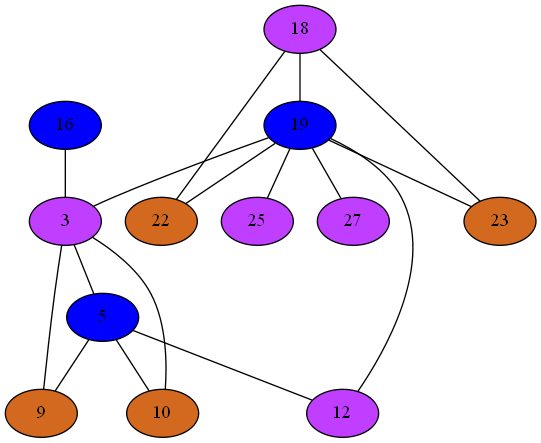
mbajaj92/Project-Astoria keeps this Graphviz diagram as Compiler/7iGraph.png. Above is the earlier version. Its source is kept beside it as Compiler/7iGraph.dot. The source it was exported from:
```dot
strict graph {
16[label="16" style=filled fillcolor="blue1"];
16 -- 3
18[label="18" style=filled fillcolor="darkorchid1"];
18 -- 19
18 -- 22
18 -- 23
19[label="19" style=filled fillcolor="blue1"];
19 -- 18
19 -- 3
19 -- 22
19 -- 23
19 -- 25
19 -- 27
19 -- 12
3[label="3" style=filled fillcolor="darkorchid1"];
3 -- 16
3 -- 19
3 -- 5
3 -- 9
3 -- 10
5[label="5" style=filled fillcolor="blue1"];
5 -- 3
5 -- 9
5 -- 10
5 -- 12
22[label="22" style=filled fillcolor="chocolate"];
22 -- 18
22 -- 19
23[label="23" style=filled fillcolor="chocolate"];
23 -- 18
23 -- 19
25[label="25" style=filled fillcolor="darkorchid1"];
25 -- 19
9[label="9" style=filled fillcolor="chocolate"];
9 -- 3
9 -- 5
10[label="10" style=filled fillcolor="chocolate"];
10 -- 3
10 -- 5
27[label="27" style=filled fillcolor="darkorchid1"];
27 -- 19
12[label="12" style=filled fillcolor="darkorchid1"];
12 -- 19
12 -- 5
}
```
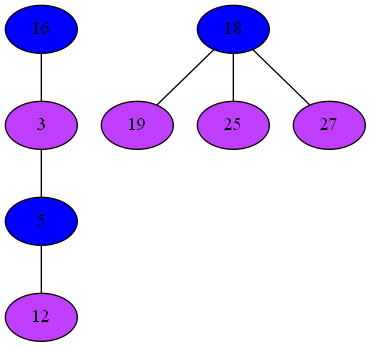
Above is the later version.

The edit, as a diff of the source:
```diff
@@ -1,46 +1,22 @@
 strict graph {
 16[label="16" style=filled fillcolor="blue1"];
 16 -- 3
-18[label="18" style=filled fillcolor="darkorchid1"];
+18[label="18" style=filled fillcolor="blue1"];
 18 -- 19
-18 -- 22
-18 -- 23
-19[label="19" style=filled fillcolor="blue1"];
+18 -- 25
+18 -- 27
+19[label="19" style=filled fillcolor="darkorchid1"];
 19 -- 18
-19 -- 3
-19 -- 22
-19 -- 23
-19 -- 25
-19 -- 27
-19 -- 12
 3[label="3" style=filled fillcolor="darkorchid1"];
 3 -- 16
-3 -- 19
 3 -- 5
-3 -- 9
-3 -- 10
 5[label="5" style=filled fillcolor="blue1"];
 5 -- 3
-5 -- 9
-5 -- 10
 5 -- 12
-22[label="22" style=filled fillcolor="chocolate"];
-22 -- 18
-22 -- 19
-23[label="23" style=filled fillcolor="chocolate"];
-23 -- 18
-23 -- 19
 25[label="25" style=filled fillcolor="darkorchid1"];
-25 -- 19
-9[label="9" style=filled fillcolor="chocolate"];
-9 -- 3
-9 -- 5
-10[label="10" style=filled fillcolor="chocolate"];
-10 -- 3
-10 -- 5
+25 -- 18
 27[label="27" style=filled fillcolor="darkorchid1"];
-27 -- 19
+27 -- 18
 12[label="12" style=filled fillcolor="darkorchid1"];
-12 -- 19
 12 -- 5
 }
```
